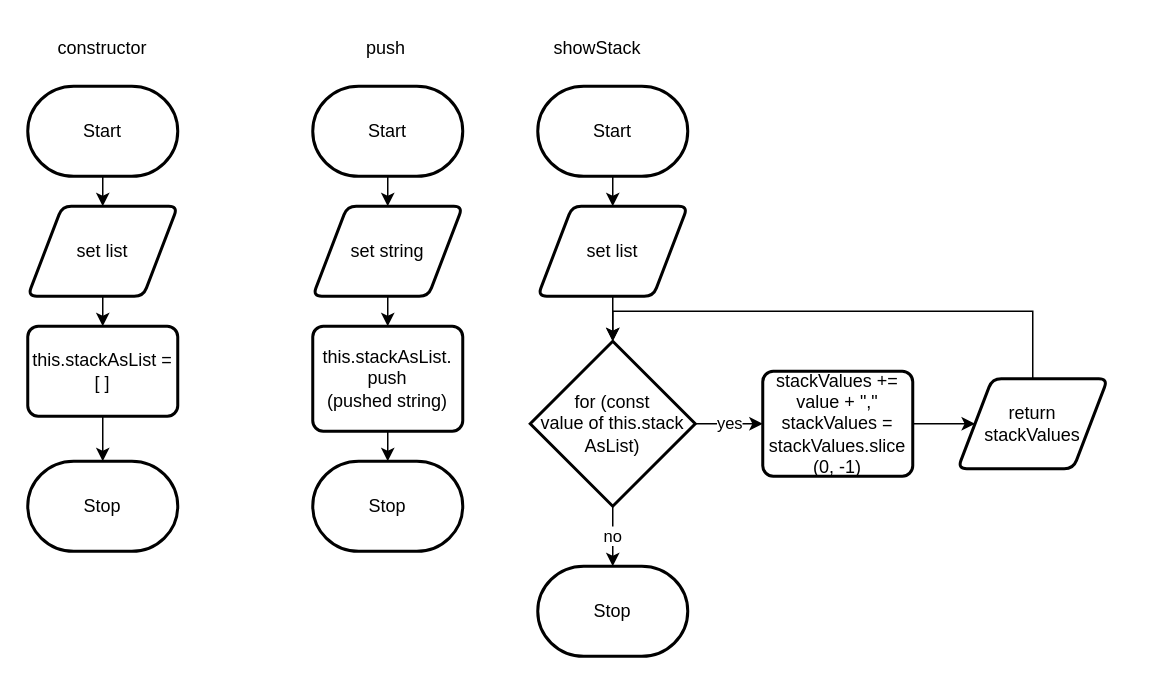
joannesanthosh/ICS4U-Unit2-Joanne-Santhosh keeps this draw.io diagram as Unit2-01/design/flowchart.drawio. Above is the earlier version. Source tidied: cells renumbered, new cells numbered last; positions are measured from the earlier drawing's top-left corner, leaving out a move shared by most shapes. Both pictures are drawn from the tidied source at 150%, with x=0, y=0 at pixel (27, 26).
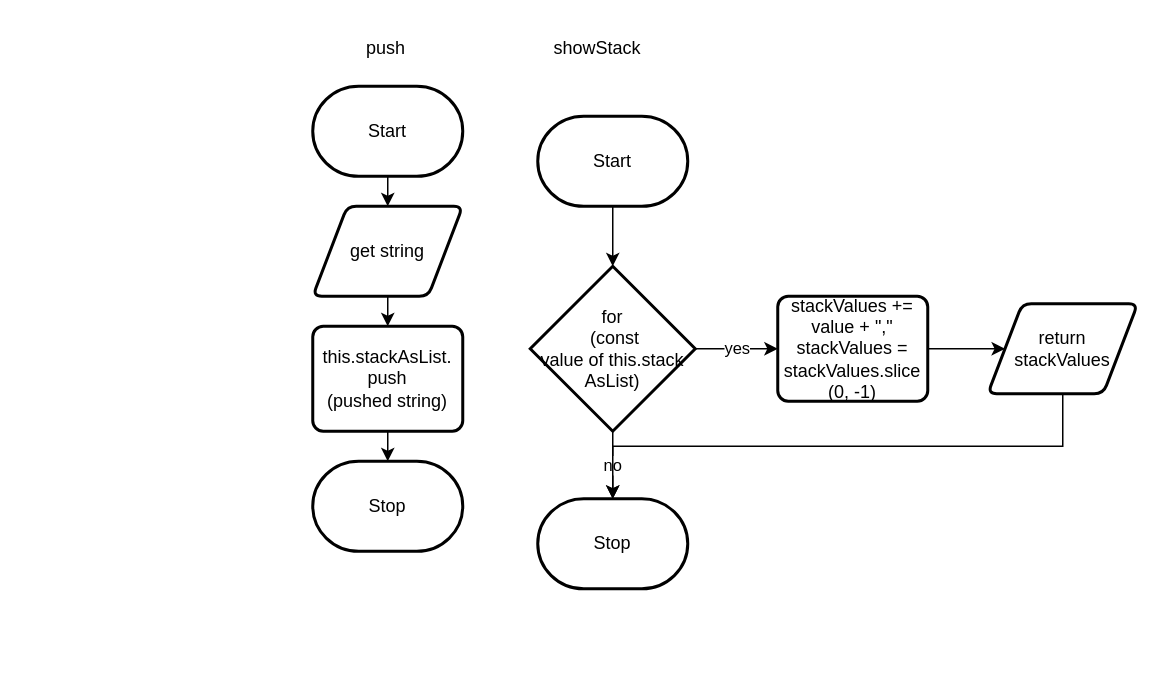
The same diagram, later.

Diff of the diagram source:
```diff
@@
-    <mxCell id="2" style="edgeStyle=none;html=1;exitX=0.5;exitY=1;exitDx=0;exitDy=0;exitPerimeter=0;entryX=0.5;entryY=0;entryDx=0;entryDy=0;" parent="1" edge="1" source="3" target="5">
-      <mxGeometry relative="1" as="geometry" />
-    </mxCell>
-    <mxCell id="3" value="Start" style="strokeWidth=2;html=1;shape=mxgraph.flowchart.terminator;whiteSpace=wrap;" parent="1" vertex="1">
-      <mxGeometry y="40" width="100" height="60" as="geometry" />
-    </mxCell>
-    <mxCell id="4" style="edgeStyle=none;html=1;exitX=0.5;exitY=1;exitDx=0;exitDy=0;" parent="1" edge="1" source="5" target="7">
-      <mxGeometry relative="1" as="geometry" />
-    </mxCell>
-    <mxCell id="5" value="set list" style="shape=parallelogram;html=1;strokeWidth=2;perimeter=parallelogramPerimeter;whiteSpace=wrap;rounded=1;arcSize=12;size=0.23;" parent="1" vertex="1">
-      <mxGeometry y="120" width="100" height="60" as="geometry" />
-    </mxCell>
-    <mxCell id="6" style="edgeStyle=none;html=1;exitX=0.5;exitY=1;exitDx=0;exitDy=0;entryX=0.5;entryY=0;entryDx=0;entryDy=0;entryPerimeter=0;" parent="1" edge="1" source="7" target="8">
-      <mxGeometry relative="1" as="geometry" />
-    </mxCell>
-    <mxCell id="7" value="this.stackAsList = [ ]" style="rounded=1;whiteSpace=wrap;html=1;absoluteArcSize=1;arcSize=14;strokeWidth=2;" parent="1" vertex="1">
-      <mxGeometry y="200" width="100" height="60" as="geometry" />
-    </mxCell>
-    <mxCell id="8" value="Stop" style="strokeWidth=2;html=1;shape=mxgraph.flowchart.terminator;whiteSpace=wrap;" parent="1" vertex="1">
-      <mxGeometry y="290" width="100" height="60" as="geometry" />
-    </mxCell>
@@
-    <mxCell id="12" value="set string" style="shape=parallelogram;html=1;strokeWidth=2;perimeter=parallelogramPerimeter;whiteSpace=wrap;rounded=1;arcSize=12;size=0.23;" parent="1" vertex="1">
+    <mxCell id="12" value="get string" style="shape=parallelogram;html=1;strokeWidth=2;perimeter=parallelogramPerimeter;whiteSpace=wrap;rounded=1;arcSize=12;size=0.23;" parent="1" vertex="1">
       <mxGeometry x="190" y="120" width="100" height="60" as="geometry" />
     </mxCell>
@@
-    <mxCell id="16" value="constructor" style="text;strokeColor=none;align=center;fillColor=none;html=1;verticalAlign=middle;whiteSpace=wrap;rounded=0;" parent="1" vertex="1">
-      <mxGeometry x="20" width="60" height="30" as="geometry" />
-    </mxCell>
@@
-    <mxCell id="19" style="edgeStyle=none;html=1;exitX=0.5;exitY=1;exitDx=0;exitDy=0;exitPerimeter=0;entryX=0.5;entryY=0;entryDx=0;entryDy=0;fontColor=#000000;" parent="1" edge="1" source="20" target="22">
-      <mxGeometry relative="1" as="geometry" />
-    </mxCell>
+    <mxCell id="31" style="edgeStyle=none;html=1;exitX=0.5;exitY=1;exitDx=0;exitDy=0;exitPerimeter=0;entryX=0.5;entryY=0;entryDx=0;entryDy=0;entryPerimeter=0;" parent="1" edge="1" source="20" target="25">
+      <mxGeometry relative="1" as="geometry" />
+    </mxCell>
     <mxCell id="20" value="Start" style="strokeWidth=2;html=1;shape=mxgraph.flowchart.terminator;whiteSpace=wrap;" parent="1" vertex="1">
-      <mxGeometry x="340" y="40" width="100" height="60" as="geometry" />
+      <mxGeometry x="340" y="60" width="100" height="60" as="geometry" />
     </mxCell>
-    <mxCell id="21" style="edgeStyle=none;html=1;exitX=0.5;exitY=1;exitDx=0;exitDy=0;entryX=0.5;entryY=0;entryDx=0;entryDy=0;entryPerimeter=0;fontColor=#000000;" parent="1" edge="1" source="22" target="25">
-      <mxGeometry relative="1" as="geometry" />
-    </mxCell>
-    <mxCell id="22" value="set list" style="shape=parallelogram;html=1;strokeWidth=2;perimeter=parallelogramPerimeter;whiteSpace=wrap;rounded=1;arcSize=12;size=0.23;" parent="1" vertex="1">
-      <mxGeometry x="340" y="120" width="100" height="60" as="geometry" />
-    </mxCell>
@@
-    <mxCell id="25" value="for (const &lt;br&gt;value of this.stack&lt;br&gt;AsList)" style="strokeWidth=2;html=1;shape=mxgraph.flowchart.decision;whiteSpace=wrap;fontColor=#000000;" parent="1" vertex="1">
-      <mxGeometry x="335" y="210" width="110" height="110" as="geometry" />
+    <mxCell id="25" value="for&lt;br&gt;&amp;nbsp;(const &lt;br&gt;value of this.stack&lt;br&gt;AsList)" style="strokeWidth=2;html=1;shape=mxgraph.flowchart.decision;whiteSpace=wrap;fontColor=#000000;" parent="1" vertex="1">
+      <mxGeometry x="335" y="160" width="110" height="110" as="geometry" />
     </mxCell>
@@
     <mxCell id="27" value="stackValues += value + &quot;,&quot;&lt;br&gt;stackValues = stackValues.slice&lt;br&gt;(0, -1)" style="rounded=1;whiteSpace=wrap;html=1;absoluteArcSize=1;arcSize=14;strokeWidth=2;" parent="1" vertex="1">
-      <mxGeometry x="490" y="230" width="100" height="70" as="geometry" />
+      <mxGeometry x="500" y="180" width="100" height="70" as="geometry" />
     </mxCell>
-    <mxCell id="28" style="edgeStyle=orthogonalEdgeStyle;rounded=0;html=1;exitX=0.5;exitY=0;exitDx=0;exitDy=0;entryX=0.5;entryY=0;entryDx=0;entryDy=0;entryPerimeter=0;fontColor=#000000;" parent="1" edge="1" source="29" target="25">
-      <mxGeometry relative="1" as="geometry">
-        <Array as="points">
-          <mxPoint x="670" y="190" />
-          <mxPoint x="390" y="190" />
-        </Array>
-      </mxGeometry>
-    </mxCell>
+    <mxCell id="32" style="edgeStyle=orthogonalEdgeStyle;rounded=0;html=1;exitX=0.5;exitY=1;exitDx=0;exitDy=0;entryX=0.5;entryY=0;entryDx=0;entryDy=0;entryPerimeter=0;" parent="1" edge="1" source="29" target="30">
+      <mxGeometry relative="1" as="geometry" />
+    </mxCell>
     <mxCell id="29" value="return stackValues" style="shape=parallelogram;html=1;strokeWidth=2;perimeter=parallelogramPerimeter;whiteSpace=wrap;rounded=1;arcSize=12;size=0.23;" parent="1" vertex="1">
-      <mxGeometry x="620" y="235" width="100" height="60" as="geometry" />
+      <mxGeometry x="640" y="185" width="100" height="60" as="geometry" />
     </mxCell>
     <mxCell id="30" value="Stop" style="strokeWidth=2;html=1;shape=mxgraph.flowchart.terminator;whiteSpace=wrap;" parent="1" vertex="1">
-      <mxGeometry x="340" y="360" width="100" height="60" as="geometry" />
+      <mxGeometry x="340" y="315" width="100" height="60" as="geometry" />
     </mxCell>
```
